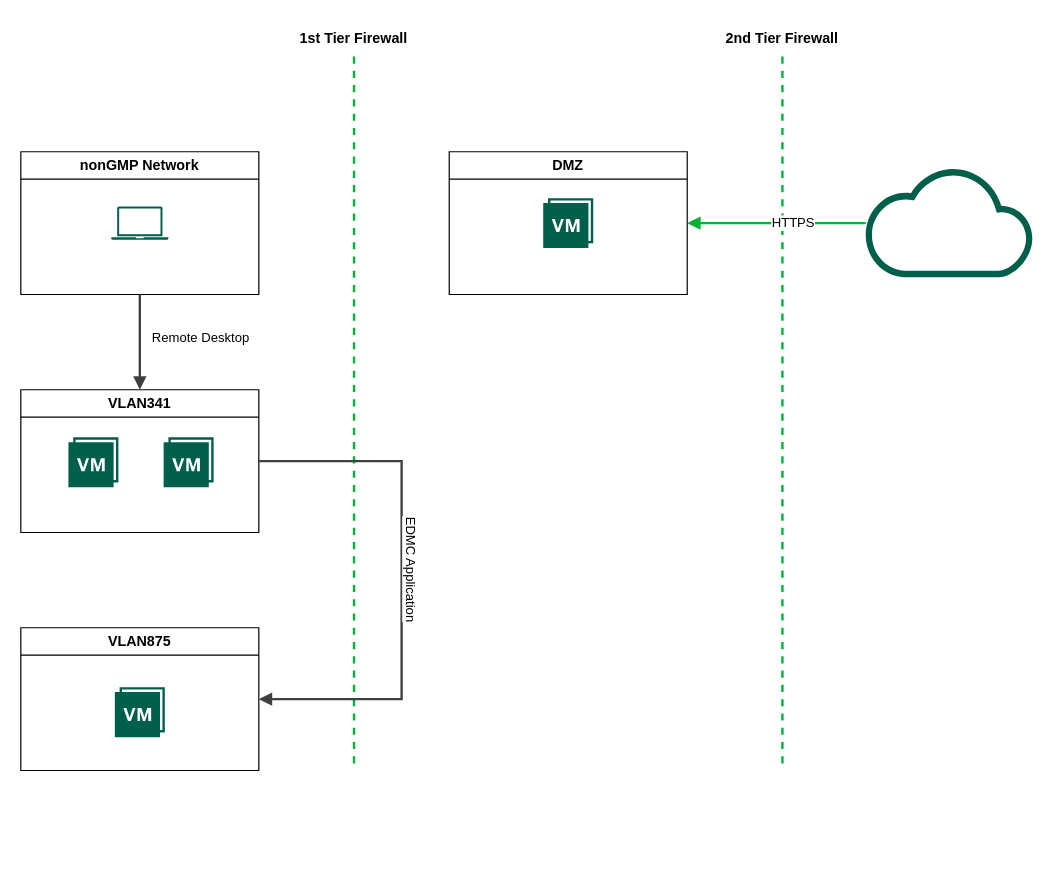
Above: EDMC.drawio in rwo001/FP (draw.io), before the change. Source tidied: cells renumbered, new cells numbered last; positions are measured from the earlier drawing's top-left corner, leaving out a move shared by most shapes. Both pictures are drawn from the tidied source at 119%, with x=0, y=0 at pixel (20, 20).
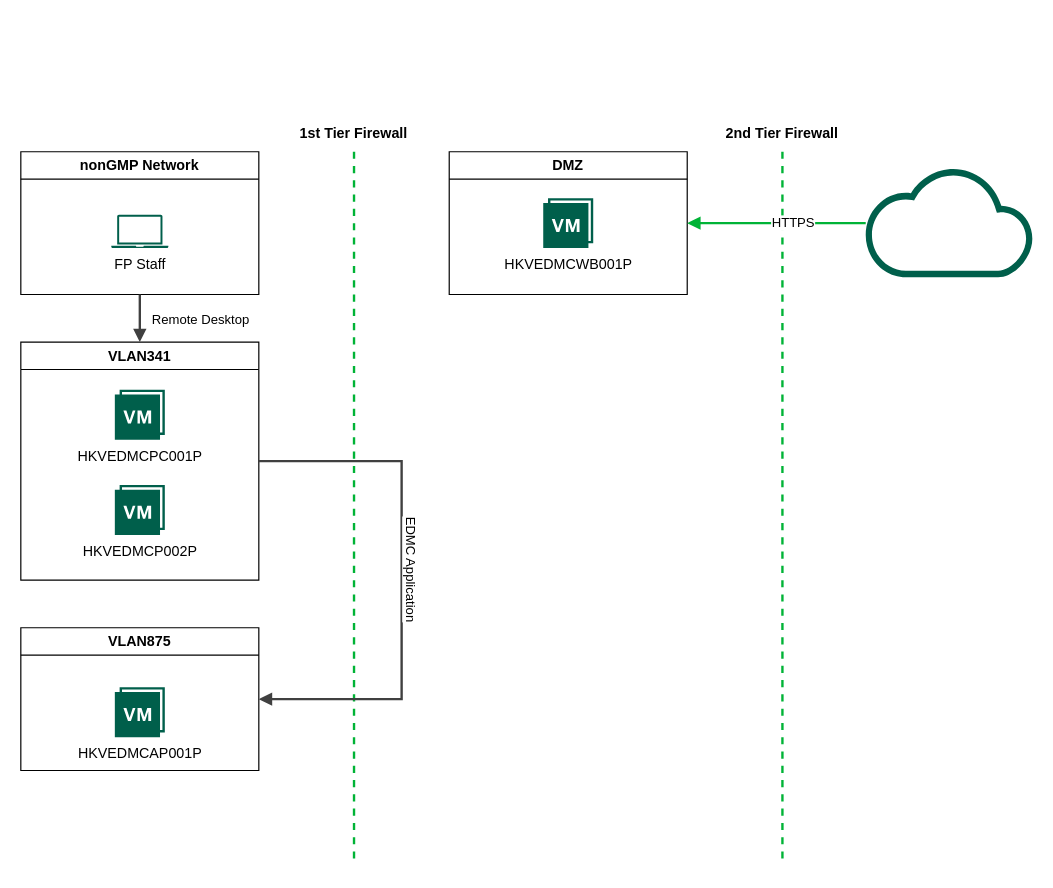
After the change.

Unchanged cells that the change refers to:
```xml
<mxCell id="2" value="VLAN875" style="swimlane;whiteSpace=wrap;html=1;" parent="1" vertex="1">
  <mxGeometry y="510" width="200" height="120" as="geometry" />
</mxCell>
<mxCell id="7" value="DMZ" style="swimlane;whiteSpace=wrap;html=1;" parent="1" vertex="1">
  <mxGeometry x="360" y="110" width="200" height="120" as="geometry" />
</mxCell>
<mxCell id="16" value="nonGMP Network" style="swimlane;whiteSpace=wrap;html=1;" parent="1" vertex="1">
  <mxGeometry y="110" width="200" height="120" as="geometry" />
</mxCell>
```

What changed in the source:
```diff
@@
-    <mxCell id="3" style="sketch=0;shadow=0;dashed=0;html=1;strokeColor=none;fillColor=#005F4B;labelPosition=center;verticalLabelPosition=bottom;verticalAlign=top;align=center;shape=mxgraph.veeam2.vm_with_a_snapshot;" parent="2" vertex="1">
+    <mxCell id="3" value="HKVEDMCAP001P" style="sketch=0;shadow=0;dashed=0;html=1;strokeColor=none;fillColor=#005F4B;labelPosition=center;verticalLabelPosition=bottom;verticalAlign=top;align=center;shape=mxgraph.veeam2.vm_with_a_snapshot;" parent="2" vertex="1">
       <mxGeometry x="79" y="50" width="42" height="42" as="geometry" />
     </mxCell>
     <mxCell id="4" value="VLAN341" style="swimlane;whiteSpace=wrap;html=1;" parent="1" vertex="1">
-      <mxGeometry y="310" width="200" height="120" as="geometry" />
+      <mxGeometry y="270" width="200" height="200" as="geometry" />
     </mxCell>
-    <mxCell id="5" style="sketch=0;shadow=0;dashed=0;html=1;strokeColor=none;fillColor=#005F4B;labelPosition=center;verticalLabelPosition=bottom;verticalAlign=top;align=center;shape=mxgraph.veeam2.vm_with_a_snapshot;" parent="4" vertex="1">
-      <mxGeometry x="40" y="40" width="42" height="42" as="geometry" />
+    <mxCell id="5" value="HKVEDMCPC001P" style="sketch=0;shadow=0;dashed=0;html=1;strokeColor=none;fillColor=#005F4B;labelPosition=center;verticalLabelPosition=bottom;verticalAlign=top;align=center;shape=mxgraph.veeam2.vm_with_a_snapshot;" parent="4" vertex="1">
+      <mxGeometry x="79" y="40" width="42" height="42" as="geometry" />
     </mxCell>
-    <mxCell id="6" style="sketch=0;shadow=0;dashed=0;html=1;strokeColor=none;fillColor=#005F4B;labelPosition=center;verticalLabelPosition=bottom;verticalAlign=top;align=center;shape=mxgraph.veeam2.vm_with_a_snapshot;" parent="4" vertex="1">
-      <mxGeometry x="120" y="40" width="42" height="42" as="geometry" />
+    <mxCell id="6" value="HKVEDMCP002P" style="sketch=0;shadow=0;dashed=0;html=1;strokeColor=none;fillColor=#005F4B;labelPosition=center;verticalLabelPosition=bottom;verticalAlign=top;align=center;shape=mxgraph.veeam2.vm_with_a_snapshot;" parent="4" vertex="1">
+      <mxGeometry x="79" y="120" width="42" height="42" as="geometry" />
     </mxCell>
@@
-    <mxCell id="8" style="sketch=0;shadow=0;dashed=0;html=1;strokeColor=none;fillColor=#005F4B;labelPosition=center;verticalLabelPosition=bottom;verticalAlign=top;align=center;shape=mxgraph.veeam2.vm_with_a_snapshot;" parent="7" vertex="1">
+    <mxCell id="8" value="HKVEDMCWB001P" style="sketch=0;shadow=0;dashed=0;html=1;strokeColor=none;fillColor=#005F4B;labelPosition=center;verticalLabelPosition=bottom;verticalAlign=top;align=center;shape=mxgraph.veeam2.vm_with_a_snapshot;" parent="7" vertex="1">
       <mxGeometry x="79" y="39" width="42" height="42" as="geometry" />
     </mxCell>
     <mxCell id="9" style="edgeStyle=none;rounded=0;html=1;jettySize=auto;orthogonalLoop=1;strokeColor=#00B336;strokeWidth=2;fontColor=#000000;jumpStyle=none;endArrow=none;endFill=0;startArrow=none;dashed=1;" parent="1" edge="1">
       <mxGeometry relative="1" as="geometry">
-        <mxPoint x="280" y="30" as="sourcePoint" />
-        <mxPoint x="280" y="630" as="targetPoint" />
+        <mxPoint x="280" y="110" as="sourcePoint" />
+        <mxPoint x="280" y="710" as="targetPoint" />
       </mxGeometry>
     </mxCell>
@@
     <mxCell id="11" style="edgeStyle=none;rounded=0;html=1;jettySize=auto;orthogonalLoop=1;strokeColor=#00B336;strokeWidth=2;fontColor=#000000;jumpStyle=none;endArrow=none;endFill=0;startArrow=none;dashed=1;" parent="1" edge="1">
       <mxGeometry relative="1" as="geometry">
-        <mxPoint x="640" y="30" as="sourcePoint" />
-        <mxPoint x="640" y="630" as="targetPoint" />
+        <mxPoint x="640" y="110" as="sourcePoint" />
+        <mxPoint x="640" y="710" as="targetPoint" />
       </mxGeometry>
     </mxCell>
@@
     <mxCell id="14" style="edgeStyle=none;rounded=0;html=1;jettySize=auto;strokeColor=#404040;strokeWidth=2;fontColor=#000000;jumpStyle=none;endArrow=block;endFill=1;startArrow=none;exitX=1;exitY=0.5;exitDx=0;exitDy=0;entryX=1;entryY=0.5;entryDx=0;entryDy=0;" parent="1" edge="1" source="4" target="2">
       <mxGeometry relative="1" as="geometry">
         <Array as="points">
           <mxPoint x="320" y="370" />
-          <mxPoint x="320" y="470" />
+          <mxPoint x="320" y="550" />
           <mxPoint x="320" y="570" />
         </Array>
       </mxGeometry>
     </mxCell>
@@
-    <mxCell id="17" style="sketch=0;shadow=0;dashed=0;html=1;strokeColor=none;fillColor=#005F4B;labelPosition=center;verticalLabelPosition=bottom;verticalAlign=top;align=center;shape=mxgraph.veeam2.laptop;" parent="16" vertex="1">
-      <mxGeometry x="76" y="46" width="48" height="28" as="geometry" />
+    <mxCell id="17" value="FP Staff" style="sketch=0;shadow=0;dashed=0;html=1;strokeColor=none;fillColor=#005F4B;labelPosition=center;verticalLabelPosition=bottom;verticalAlign=top;align=center;shape=mxgraph.veeam2.laptop;" parent="16" vertex="1">
+      <mxGeometry x="76" y="53" width="48" height="28" as="geometry" />
     </mxCell>
@@
     <mxCell id="20" value="1st Tier Firewall" style="text;html=1;align=center;verticalAlign=middle;whiteSpace=wrap;rounded=0;fontStyle=1;" parent="1" vertex="1">
-      <mxGeometry x="230" width="100" height="30" as="geometry" />
+      <mxGeometry x="230" y="80" width="100" height="30" as="geometry" />
     </mxCell>
     <mxCell id="21" value="2nd Tier Firewall" style="text;html=1;align=center;verticalAlign=middle;whiteSpace=wrap;rounded=0;fontStyle=1;" parent="1" vertex="1">
-      <mxGeometry x="590" width="100" height="30" as="geometry" />
+      <mxGeometry x="590" y="80" width="100" height="30" as="geometry" />
     </mxCell>
```
